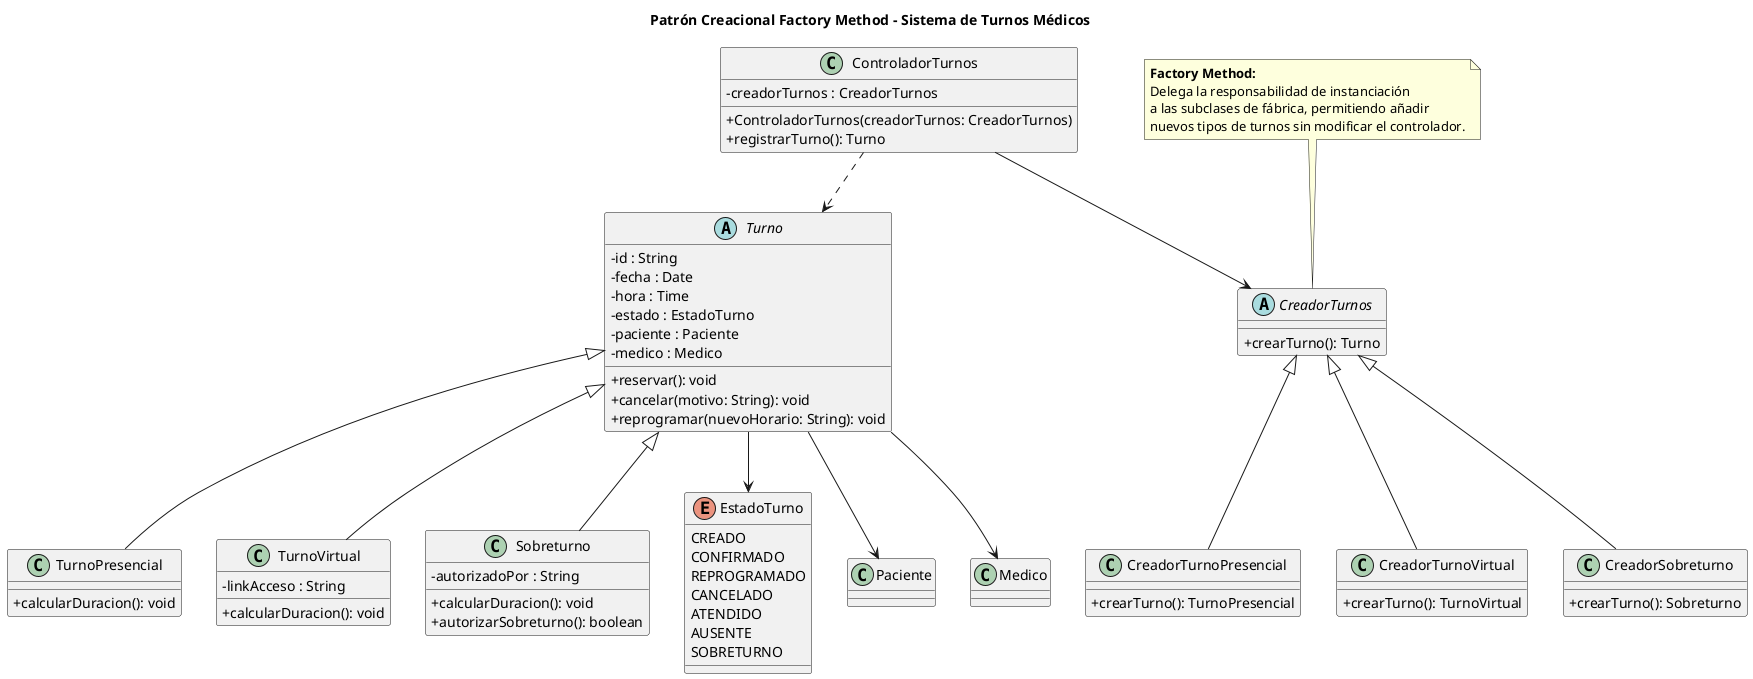
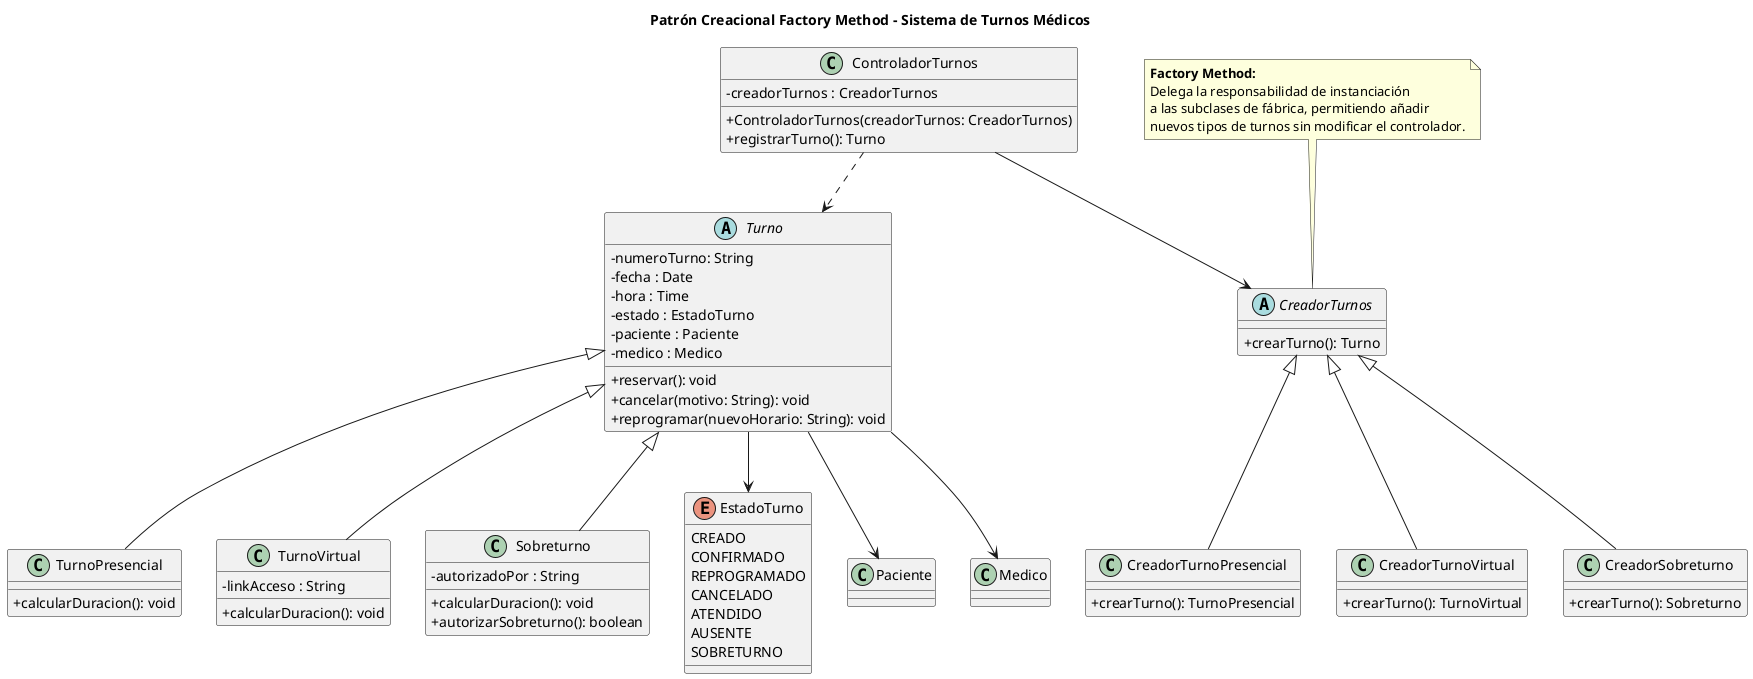
@startuml 01-patron-creacional-factory
title Patrón Creacional Factory Method - Sistema de Turnos Médicos

skinparam classAttributeIconSize 0

abstract class Turno {
-   -id : String
+   -numeroTurno: String
  -fecha : Date
  -hora : Time
  -estado : EstadoTurno
  -paciente : Paciente
  -medico : Medico
  +reservar(): void
  +cancelar(motivo: String): void
  +reprogramar(nuevoHorario: String): void
}

class TurnoPresencial {
  +calcularDuracion(): void
}

class TurnoVirtual {
  -linkAcceso : String
  +calcularDuracion(): void
}

class Sobreturno {
  -autorizadoPor : String
  +calcularDuracion(): void
  +autorizarSobreturno(): boolean
}

abstract class CreadorTurnos {
  +crearTurno(): Turno
}

class CreadorTurnoPresencial {
  +crearTurno(): TurnoPresencial
}

class CreadorTurnoVirtual {
  +crearTurno(): TurnoVirtual
}

class CreadorSobreturno {
  +crearTurno(): Sobreturno
}

class ControladorTurnos {
  -creadorTurnos : CreadorTurnos
  +ControladorTurnos(creadorTurnos: CreadorTurnos)
  +registrarTurno(): Turno
}

enum EstadoTurno {
  CREADO
  CONFIRMADO
  REPROGRAMADO
  CANCELADO
  ATENDIDO
  AUSENTE
  SOBRETURNO
}

Turno <|-- TurnoPresencial
Turno <|-- TurnoVirtual
Turno <|-- Sobreturno

CreadorTurnos <|-- CreadorTurnoPresencial
CreadorTurnos <|-- CreadorTurnoVirtual
CreadorTurnos <|-- CreadorSobreturno

ControladorTurnos --> CreadorTurnos
ControladorTurnos ..> Turno

Turno --> Paciente
Turno --> Medico
Turno --> EstadoTurno

note top of CreadorTurnos
  **Factory Method:**
  Delega la responsabilidad de instanciación
  a las subclases de fábrica, permitiendo añadir
  nuevos tipos de turnos sin modificar el controlador.
endnote

@enduml